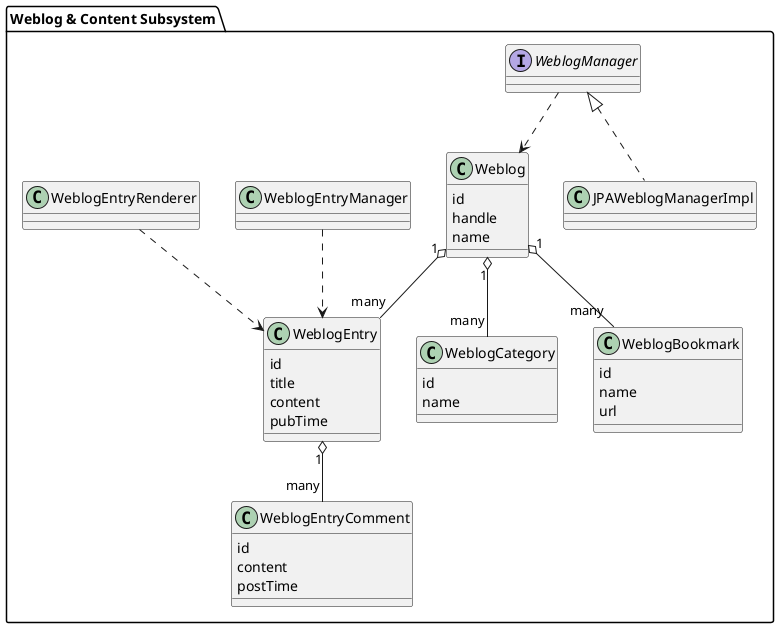
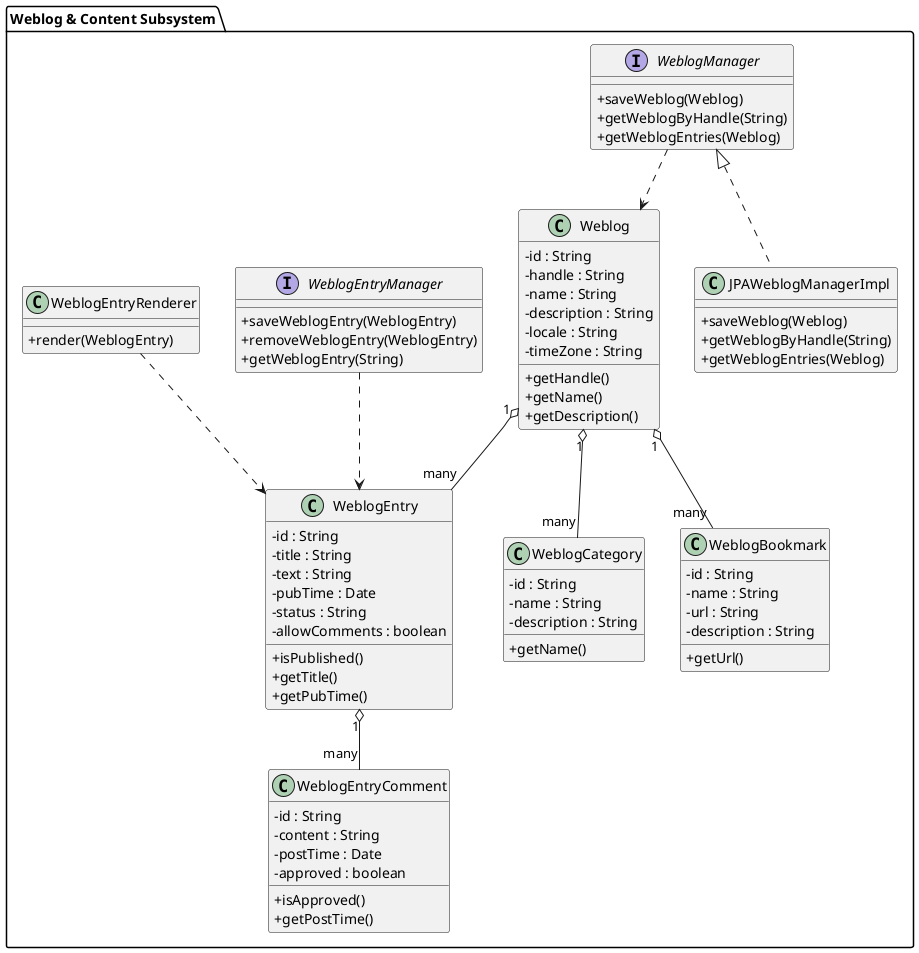
@startuml
- 
skinparam classAttributeIconSize 0

package "Weblog & Content Subsystem" {

  class Weblog {
-     id
-     handle
-     name
+     - id : String
+     - handle : String
+     - name : String
+     - description : String
+     - locale : String
+     - timeZone : String
+ 
+     + getHandle()
+     + getName()
+     + getDescription()
  }

  class WeblogEntry {
-     id
-     title
-     content
-     pubTime
+     - id : String
+     - title : String
+     - text : String
+     - pubTime : Date
+     - status : String
+     - allowComments : boolean
+ 
+     + isPublished()
+     + getTitle()
+     + getPubTime()
  }

  class WeblogEntryComment {
-     id
-     content
-     postTime
+     - id : String
+     - content : String
+     - postTime : Date
+     - approved : boolean
+ 
+     + isApproved()
+     + getPostTime()
  }

  class WeblogCategory {
-     id
-     name
+     - id : String
+     - name : String
+     - description : String
+ 
+     + getName()
  }

  class WeblogBookmark {
-     id
-     name
-     url
+     - id : String
+     - name : String
+     - url : String
+     - description : String
+ 
+     + getUrl()
  }

-   interface WeblogManager
+   interface WeblogManager {
+     + saveWeblog(Weblog)
+     + getWeblogByHandle(String)
+     + getWeblogEntries(Weblog)
+   }

-   class JPAWeblogManagerImpl
+   class JPAWeblogManagerImpl {
+     + saveWeblog(Weblog)
+     + getWeblogByHandle(String)
+     + getWeblogEntries(Weblog)
+   }

-   class WeblogEntryManager
+   interface WeblogEntryManager {
+     + saveWeblogEntry(WeblogEntry)
+     + removeWeblogEntry(WeblogEntry)
+     + getWeblogEntry(String)
+   }

-   class WeblogEntryRenderer
+   class WeblogEntryRenderer {
+     + render(WeblogEntry)
+   }
}

Weblog "1" o-- "many" WeblogEntry
WeblogEntry "1" o-- "many" WeblogEntryComment
Weblog "1" o-- "many" WeblogCategory
Weblog "1" o-- "many" WeblogBookmark

WeblogManager <|.. JPAWeblogManagerImpl
WeblogManager ..> Weblog
WeblogEntryManager ..> WeblogEntry
WeblogEntryRenderer ..> WeblogEntry

@enduml
